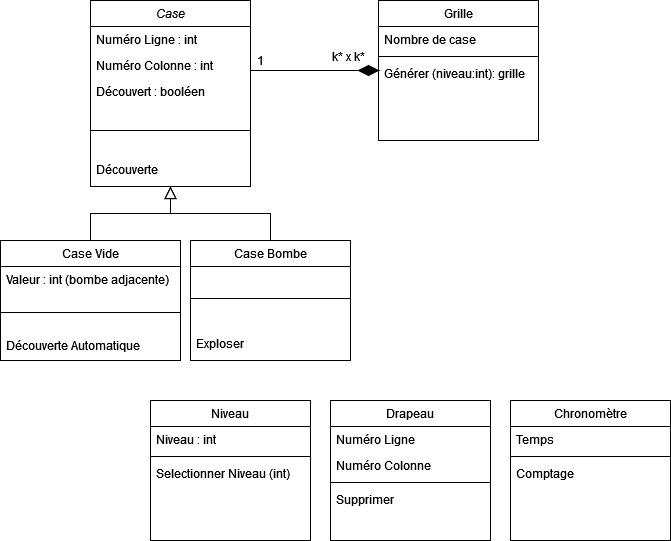
Above: diag_classe.png in leonielrx/demineur (draw.io), before the change. Source tidied: cells renumbered, new cells last; positions are measured from the earlier drawing's top-left corner, leaving out a move shared by most shapes.
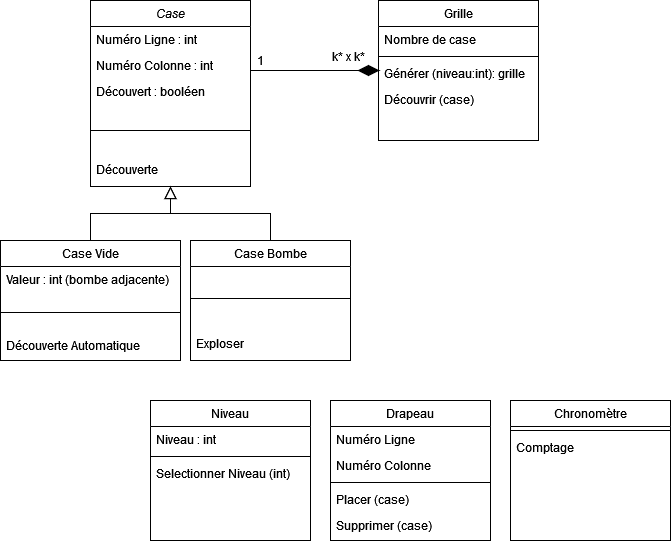
After the change.

Commit message:
Mettre à jour diag_classe.png

Change to the diagram source:
```diff
@@ -59,6 +59,9 @@
     <mxCell id="20" value="Générer (niveau:int): grille" style="text;align=left;verticalAlign=top;spacingLeft=4;spacingRight=4;overflow=hidden;" parent="17" vertex="1">
       <mxGeometry y="60" width="160" height="26" as="geometry" />
     </mxCell>
+    <mxCell id="38" value="Découvrir (case)" style="text;align=left;verticalAlign=top;spacingLeft=4;spacingRight=4;overflow=hidden;" parent="17" vertex="1">
+      <mxGeometry y="86" width="160" height="26" as="geometry" />
+    </mxCell>
     <mxCell id="21" style="endArrow=none;shadow=0;strokeWidth=1;rounded=0;curved=0;endFill=0;edgeStyle=elbowEdgeStyle;elbow=vertical;entryX=0.5;entryY=1;entryDx=0;entryDy=0;" parent="1" edge="1" source="2" target="28">
       <mxGeometry x="0.5" y="41" relative="1" as="geometry">
         <mxPoint x="-40" y="32" as="offset" />
@@ -81,23 +84,23 @@
     <mxCell id="26" style="line;html=1;strokeWidth=1;align=left;verticalAlign=middle;spacingTop=-1;spacingLeft=3;spacingRight=3;labelPosition=right;" parent="23" vertex="1">
       <mxGeometry y="78" width="160" height="8" as="geometry" />
     </mxCell>
-    <mxCell id="27" value="Supprimer" style="text;align=left;verticalAlign=top;spacingLeft=4;spacingRight=4;overflow=hidden;" parent="23" vertex="1">
+    <mxCell id="27" value="Placer (case)" style="text;align=left;verticalAlign=top;spacingLeft=4;spacingRight=4;overflow=hidden;" parent="23" vertex="1">
       <mxGeometry y="86" width="160" height="26" as="geometry" />
     </mxCell>
+    <mxCell id="39" value="Supprimer (case)" style="text;align=left;verticalAlign=top;spacingLeft=4;spacingRight=4;overflow=hidden;" parent="23" vertex="1">
+      <mxGeometry y="112" width="160" height="26" as="geometry" />
+    </mxCell>
     <mxCell id="28" style="rhombus;whiteSpace=wrap;html=1;direction=south;fillColor=#000000;" parent="1" vertex="1">
       <mxGeometry x="358" y="65" width="20" height="10" as="geometry" />
     </mxCell>
     <mxCell id="29" value="Chronomètre" style="swimlane;fontStyle=0;align=center;verticalAlign=top;horizontal=1;startSize=26;rounded=0;shadow=0;strokeWidth=1;" parent="1" vertex="1">
       <mxGeometry x="510" y="400" width="160" height="140" as="geometry" />
     </mxCell>
-    <mxCell id="30" value="Temps " style="text;align=left;verticalAlign=top;spacingLeft=4;spacingRight=4;overflow=hidden;" parent="29" vertex="1">
-      <mxGeometry y="26" width="160" height="26" as="geometry" />
-    </mxCell>
     <mxCell id="31" style="line;html=1;strokeWidth=1;align=left;verticalAlign=middle;spacingTop=-1;spacingLeft=3;spacingRight=3;labelPosition=right;" parent="29" vertex="1">
-      <mxGeometry y="52" width="160" height="8" as="geometry" />
+      <mxGeometry y="26" width="160" height="8" as="geometry" />
     </mxCell>
     <mxCell id="32" value="Comptage" style="text;align=left;verticalAlign=top;spacingLeft=4;spacingRight=4;overflow=hidden;" parent="29" vertex="1">
-      <mxGeometry y="60" width="160" height="26" as="geometry" />
+      <mxGeometry y="34" width="160" height="26" as="geometry" />
     </mxCell>
     <mxCell id="33" value="Niveau" style="swimlane;fontStyle=0;align=center;verticalAlign=top;horizontal=1;startSize=26;rounded=0;shadow=0;strokeWidth=1;" parent="1" vertex="1">
       <mxGeometry x="150" y="400" width="160" height="140" as="geometry" />
```
